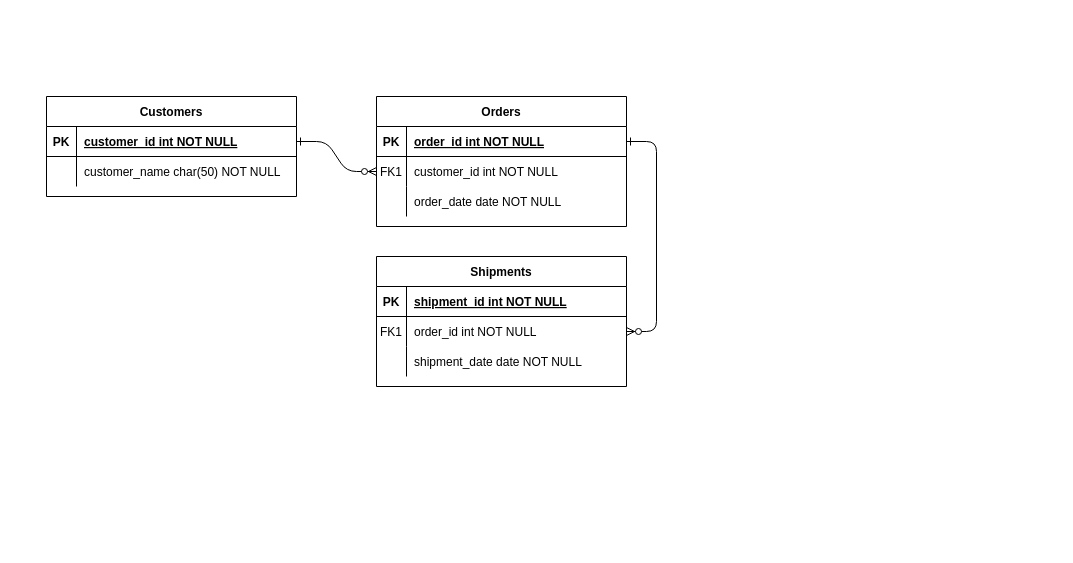
Before: Untitled Diagram.drawio in stephenka00/merge-conflicts, a draw.io diagram. Source tidied: cells renumbered, new cells numbered last; positions are measured from the earlier drawing's top-left corner, leaving out a move shared by most shapes. Both pictures are drawn from the tidied source at 100%, with x=0, y=0 at pixel (46, 96).
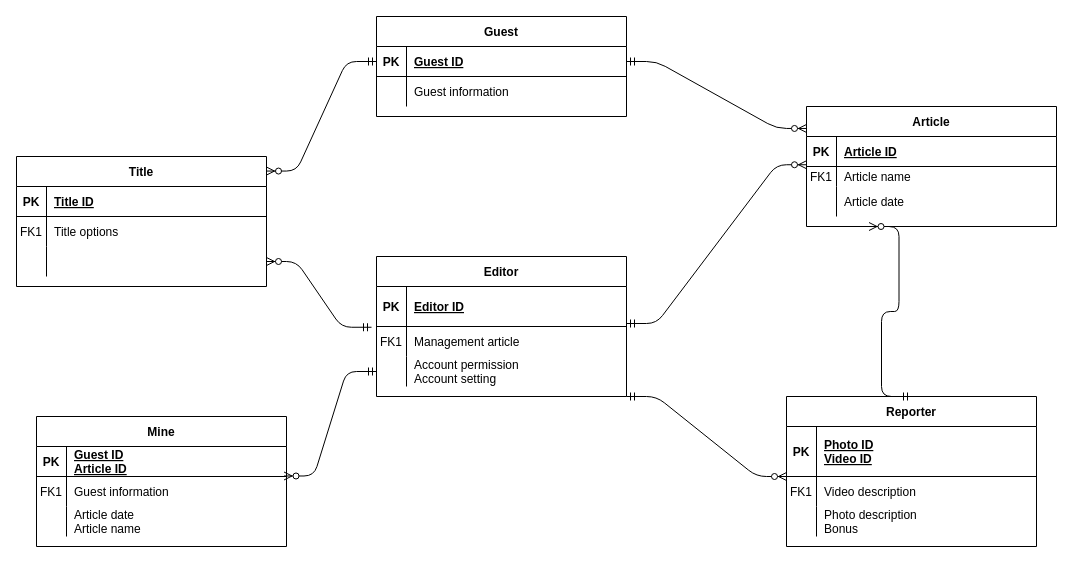
After the change.

The change refers to these unchanged cells:
```xml
<mxCell id="5" style="shape=partialRectangle;fillColor=none;points=[[0,0.5],[1,0.5]];portConstraint=eastwest;top=0;left=0;right=0;bottom=1;" parent="4" vertex="1">
  <mxGeometry y="30" width="250" height="30" as="geometry" />
</mxCell>
<mxCell id="25" style="shape=partialRectangle;fillColor=none;points=[[0,0.5],[1,0.5]];portConstraint=eastwest;top=0;left=0;right=0;bottom=1;" parent="24" vertex="1">
  <mxGeometry y="30" width="250" height="30" as="geometry" />
</mxCell>
<mxCell id="28" style="shape=partialRectangle;fillColor=none;top=0;left=0;right=0;bottom=0;" parent="24" vertex="1">
  <mxGeometry y="60" width="250" height="30" as="geometry" />
</mxCell>
```

Change to the diagram source:
```diff
@@
-    <mxCell id="2" style="edgeStyle=entityRelationEdgeStyle;endArrow=ERzeroToMany;startArrow=ERone;endFill=1;startFill=0;" parent="1" edge="1" source="25" target="8">
+    <mxCell id="2" style="edgeStyle=entityRelationEdgeStyle;endArrow=ERzeroToMany;startArrow=ERmandOne;endFill=1;startFill=0;entryX=0;entryY=0.183;entryDx=0;entryDy=0;entryPerimeter=0;" parent="1" edge="1" source="25" target="4">
       <mxGeometry relative="1" as="geometry" />
     </mxCell>
-    <mxCell id="3" style="edgeStyle=entityRelationEdgeStyle;endArrow=ERzeroToMany;startArrow=ERone;endFill=1;startFill=0;" parent="1" edge="1" source="5" target="18">
+    <mxCell id="3" style="edgeStyle=entityRelationEdgeStyle;endArrow=ERzeroToMany;startArrow=ERmandOne;endFill=1;startFill=0;entryX=0;entryY=-0.088;entryDx=0;entryDy=0;entryPerimeter=0;exitX=1;exitY=-0.1;exitDx=0;exitDy=0;exitPerimeter=0;" parent="1" edge="1" source="18" target="8">
       <mxGeometry relative="1" as="geometry" />
     </mxCell>
-    <mxCell id="4" value="Orders" style="shape=table;startSize=30;childLayout=tableLayout;rowLines=0;fontStyle=1;align=center;" parent="1" vertex="1">
-      <mxGeometry x="330" width="250" height="130" as="geometry" />
+    <mxCell id="4" value="Article" style="shape=table;startSize=30;childLayout=tableLayout;rowLines=0;fontStyle=1;align=center;" parent="1" vertex="1">
+      <mxGeometry x="760" y="10" width="250" height="120" as="geometry" />
     </mxCell>
@@
-    <mxCell id="7" value="order_id int NOT NULL " style="shape=partialRectangle;overflow=hidden;fillColor=none;top=0;left=0;bottom=0;right=0;align=left;spacingLeft=6;fontStyle=5;" parent="5" vertex="1">
+    <mxCell id="7" value="Article ID" style="shape=partialRectangle;overflow=hidden;fillColor=none;top=0;left=0;bottom=0;right=0;align=left;spacingLeft=6;fontStyle=5;" parent="5" vertex="1">
       <mxGeometry x="30" width="220" height="30" as="geometry" />
     </mxCell>
     <mxCell id="8" style="shape=partialRectangle;fillColor=none;points=[[0,0.5],[1,0.5]];portConstraint=eastwest;top=0;left=0;right=0;bottom=0;" parent="4" vertex="1">
-      <mxGeometry y="60" width="250" height="30" as="geometry" />
+      <mxGeometry y="60" width="250" height="20" as="geometry" />
     </mxCell>
     <mxCell id="9" value="FK1" style="shape=partialRectangle;overflow=hidden;fillColor=none;top=0;left=0;bottom=0;right=0;" parent="8" vertex="1">
-      <mxGeometry width="30" height="30" as="geometry" />
+      <mxGeometry width="30" height="20" as="geometry" />
     </mxCell>
-    <mxCell id="10" value="customer_id int NOT NULL" style="shape=partialRectangle;overflow=hidden;fillColor=none;top=0;left=0;bottom=0;right=0;align=left;spacingLeft=6;" parent="8" vertex="1">
-      <mxGeometry x="30" width="220" height="30" as="geometry" />
+    <mxCell id="10" value="Article name" style="shape=partialRectangle;overflow=hidden;fillColor=none;top=0;left=0;bottom=0;right=0;align=left;spacingLeft=6;" parent="8" vertex="1">
+      <mxGeometry x="30" width="220" height="20" as="geometry" />
     </mxCell>
     <mxCell id="11" style="shape=partialRectangle;fillColor=none;top=0;left=0;right=0;bottom=0;" parent="4" vertex="1">
-      <mxGeometry y="90" width="250" height="30" as="geometry" />
+      <mxGeometry y="80" width="250" height="30" as="geometry" />
     </mxCell>
@@
-    <mxCell id="13" value="order_date date NOT NULL" style="shape=partialRectangle;overflow=hidden;fillColor=none;top=0;left=0;bottom=0;right=0;align=left;spacingLeft=6;" parent="11" vertex="1">
+    <mxCell id="13" value="Article date" style="shape=partialRectangle;overflow=hidden;fillColor=none;top=0;left=0;bottom=0;right=0;align=left;spacingLeft=6;" parent="11" vertex="1">
       <mxGeometry x="30" width="220" height="30" as="geometry" />
     </mxCell>
-    <mxCell id="14" value="Shipments" style="shape=table;startSize=30;childLayout=tableLayout;rowLines=0;fontStyle=1;align=center;" parent="1" vertex="1">
-      <mxGeometry x="330" y="160" width="250" height="130" as="geometry" />
+    <mxCell id="14" value="Editor" style="shape=table;startSize=30;childLayout=tableLayout;rowLines=0;fontStyle=1;align=center;" parent="1" vertex="1">
+      <mxGeometry x="330" y="160" width="250" height="140" as="geometry" />
     </mxCell>
     <mxCell id="15" style="shape=partialRectangle;fillColor=none;points=[[0,0.5],[1,0.5]];portConstraint=eastwest;top=0;left=0;right=0;bottom=1;" parent="14" vertex="1">
-      <mxGeometry y="30" width="250" height="30" as="geometry" />
+      <mxGeometry y="30" width="250" height="40" as="geometry" />
     </mxCell>
     <mxCell id="16" value="PK" style="shape=partialRectangle;overflow=hidden;fillColor=none;top=0;left=0;bottom=0;right=0;fontStyle=1;" parent="15" vertex="1">
-      <mxGeometry width="30" height="30" as="geometry" />
+      <mxGeometry width="30" height="40" as="geometry" />
     </mxCell>
-    <mxCell id="17" value="shipment_id int NOT NULL " style="shape=partialRectangle;overflow=hidden;fillColor=none;top=0;left=0;bottom=0;right=0;align=left;spacingLeft=6;fontStyle=5;" parent="15" vertex="1">
-      <mxGeometry x="30" width="220" height="30" as="geometry" />
+    <mxCell id="17" value="Editor ID" style="shape=partialRectangle;overflow=hidden;fillColor=none;top=0;left=0;bottom=0;right=0;align=left;spacingLeft=6;fontStyle=5;" parent="15" vertex="1">
+      <mxGeometry x="30" width="220" height="40" as="geometry" />
     </mxCell>
     <mxCell id="18" style="shape=partialRectangle;fillColor=none;points=[[0,0.5],[1,0.5]];portConstraint=eastwest;top=0;left=0;right=0;bottom=0;" parent="14" vertex="1">
-      <mxGeometry y="60" width="250" height="30" as="geometry" />
+      <mxGeometry y="70" width="250" height="30" as="geometry" />
     </mxCell>
@@
-    <mxCell id="20" value="order_id int NOT NULL" style="shape=partialRectangle;overflow=hidden;fillColor=none;top=0;left=0;bottom=0;right=0;align=left;spacingLeft=6;" parent="18" vertex="1">
+    <mxCell id="20" value="Management article" style="shape=partialRectangle;overflow=hidden;fillColor=none;top=0;left=0;bottom=0;right=0;align=left;spacingLeft=6;" parent="18" vertex="1">
       <mxGeometry x="30" width="220" height="30" as="geometry" />
     </mxCell>
     <mxCell id="21" style="shape=partialRectangle;fillColor=none;points=[[0,0.5],[1,0.5]];portConstraint=eastwest;top=0;left=0;right=0;bottom=0;" parent="14" vertex="1">
-      <mxGeometry y="90" width="250" height="30" as="geometry" />
+      <mxGeometry y="100" width="250" height="30" as="geometry" />
     </mxCell>
@@
-    <mxCell id="23" value="shipment_date date NOT NULL" style="shape=partialRectangle;overflow=hidden;fillColor=none;top=0;left=0;bottom=0;right=0;align=left;spacingLeft=6;" parent="21" vertex="1">
+    <mxCell id="23" value="Account permission&#10;Account setting" style="shape=partialRectangle;overflow=hidden;fillColor=none;top=0;left=0;bottom=0;right=0;align=left;spacingLeft=6;" parent="21" vertex="1">
       <mxGeometry x="30" width="220" height="30" as="geometry" />
     </mxCell>
-    <mxCell id="24" value="Customers" style="shape=table;startSize=30;childLayout=tableLayout;rowLines=0;fontStyle=1;align=center;" parent="1" vertex="1">
-      <mxGeometry width="250" height="100" as="geometry" />
+    <mxCell id="24" value="Guest" style="shape=table;startSize=30;childLayout=tableLayout;rowLines=0;fontStyle=1;align=center;" parent="1" vertex="1">
+      <mxGeometry x="330" y="-80" width="250" height="100" as="geometry" />
     </mxCell>
@@
-    <mxCell id="27" value="customer_id int NOT NULL " style="shape=partialRectangle;overflow=hidden;fillColor=none;top=0;left=0;bottom=0;right=0;align=left;spacingLeft=6;fontStyle=5;" parent="25" vertex="1">
+    <mxCell id="27" value="Guest ID" style="shape=partialRectangle;overflow=hidden;fillColor=none;top=0;left=0;bottom=0;right=0;align=left;spacingLeft=6;fontStyle=5;" parent="25" vertex="1">
       <mxGeometry x="30" width="220" height="30" as="geometry" />
     </mxCell>
@@
-    <mxCell id="30" value="customer_name char(50) NOT NULL" style="shape=partialRectangle;overflow=hidden;fillColor=none;top=0;left=0;bottom=0;right=0;align=left;spacingLeft=6;" parent="28" vertex="1">
+    <mxCell id="30" value="Guest information" style="shape=partialRectangle;overflow=hidden;fillColor=none;top=0;left=0;bottom=0;right=0;align=left;spacingLeft=6;" parent="28" vertex="1">
       <mxGeometry x="30" width="220" height="30" as="geometry" />
     </mxCell>
+    <mxCell id="31" value="Title" style="shape=table;startSize=30;childLayout=tableLayout;rowLines=0;fontStyle=1;align=center;" parent="1" vertex="1">
+      <mxGeometry x="-30" y="60" width="250" height="130" as="geometry" />
+    </mxCell>
+    <mxCell id="32" style="shape=partialRectangle;fillColor=none;top=0;left=0;right=0;bottom=1;" parent="31" vertex="1">
+      <mxGeometry y="30" width="250" height="30" as="geometry" />
+    </mxCell>
+    <mxCell id="33" value="PK" style="shape=partialRectangle;overflow=hidden;fillColor=none;top=0;left=0;bottom=0;right=0;fontStyle=1;" parent="32" vertex="1">
+      <mxGeometry width="30" height="30" as="geometry" />
+    </mxCell>
+    <mxCell id="34" value="Title ID" style="shape=partialRectangle;overflow=hidden;fillColor=none;top=0;left=0;bottom=0;right=0;align=left;spacingLeft=6;fontStyle=5;" parent="32" vertex="1">
+      <mxGeometry x="30" width="220" height="30" as="geometry" />
+    </mxCell>
+    <mxCell id="35" style="shape=partialRectangle;fillColor=none;top=0;left=0;right=0;bottom=0;" parent="31" vertex="1">
+      <mxGeometry y="60" width="250" height="30" as="geometry" />
+    </mxCell>
+    <mxCell id="36" value="FK1" style="shape=partialRectangle;overflow=hidden;fillColor=none;top=0;left=0;bottom=0;right=0;" parent="35" vertex="1">
+      <mxGeometry width="30" height="30" as="geometry" />
+    </mxCell>
+    <mxCell id="37" value="Title options" style="shape=partialRectangle;overflow=hidden;fillColor=none;top=0;left=0;bottom=0;right=0;align=left;spacingLeft=6;" parent="35" vertex="1">
+      <mxGeometry x="30" width="220" height="30" as="geometry" />
+    </mxCell>
+    <mxCell id="38" style="shape=partialRectangle;fillColor=none;points=[[0,0.5],[1,0.5]];portConstraint=eastwest;top=0;left=0;right=0;bottom=0;" parent="31" vertex="1">
+      <mxGeometry y="90" width="250" height="30" as="geometry" />
+    </mxCell>
+    <mxCell id="39" style="shape=partialRectangle;overflow=hidden;fillColor=none;top=0;left=0;bottom=0;right=0;" parent="38" vertex="1">
+      <mxGeometry width="30" height="30" as="geometry" />
+    </mxCell>
+    <mxCell id="40" style="shape=partialRectangle;overflow=hidden;fillColor=none;top=0;left=0;bottom=0;right=0;align=left;spacingLeft=6;" parent="38" vertex="1">
+      <mxGeometry x="30" width="220" height="30" as="geometry" />
+    </mxCell>
+    <mxCell id="41" value="Reporter" style="shape=table;startSize=30;childLayout=tableLayout;rowLines=0;fontStyle=1;align=center;" parent="1" vertex="1">
+      <mxGeometry x="740" y="300" width="250" height="150" as="geometry" />
+    </mxCell>
+    <mxCell id="42" style="shape=partialRectangle;fillColor=none;top=0;left=0;right=0;bottom=1;" parent="41" vertex="1">
+      <mxGeometry y="30" width="250" height="50" as="geometry" />
+    </mxCell>
+    <mxCell id="43" value="PK" style="shape=partialRectangle;overflow=hidden;fillColor=none;top=0;left=0;bottom=0;right=0;fontStyle=1;" parent="42" vertex="1">
+      <mxGeometry width="30" height="50" as="geometry" />
+    </mxCell>
+    <mxCell id="44" value="Photo ID&#10;Video ID" style="shape=partialRectangle;overflow=hidden;fillColor=none;top=0;left=0;bottom=0;right=0;align=left;spacingLeft=6;fontStyle=5;" parent="42" vertex="1">
+      <mxGeometry x="30" width="220" height="50" as="geometry" />
+    </mxCell>
+    <mxCell id="45" style="shape=partialRectangle;fillColor=none;top=0;left=0;right=0;bottom=0;" parent="41" vertex="1">
+      <mxGeometry y="80" width="250" height="30" as="geometry" />
+    </mxCell>
+    <mxCell id="46" value="FK1" style="shape=partialRectangle;overflow=hidden;fillColor=none;top=0;left=0;bottom=0;right=0;" parent="45" vertex="1">
+      <mxGeometry width="30" height="30" as="geometry" />
+    </mxCell>
+    <mxCell id="47" value="Video description " style="shape=partialRectangle;overflow=hidden;fillColor=none;top=0;left=0;bottom=0;right=0;align=left;spacingLeft=6;" parent="45" vertex="1">
+      <mxGeometry x="30" width="220" height="30" as="geometry" />
+    </mxCell>
+    <mxCell id="48" style="shape=partialRectangle;fillColor=none;top=0;left=0;right=0;bottom=0;" parent="41" vertex="1">
+      <mxGeometry y="110" width="250" height="30" as="geometry" />
+    </mxCell>
+    <mxCell id="49" style="shape=partialRectangle;overflow=hidden;fillColor=none;top=0;left=0;bottom=0;right=0;" parent="48" vertex="1">
+      <mxGeometry width="30" height="30" as="geometry" />
+    </mxCell>
+    <mxCell id="50" value="Photo description&#10;Bonus" style="shape=partialRectangle;overflow=hidden;fillColor=none;top=0;left=0;bottom=0;right=0;align=left;spacingLeft=6;" parent="48" vertex="1">
+      <mxGeometry x="30" width="220" height="30" as="geometry" />
+    </mxCell>
+    <mxCell id="51" value="Mine" style="shape=table;startSize=30;childLayout=tableLayout;rowLines=0;fontStyle=1;align=center;" parent="1" vertex="1">
+      <mxGeometry x="-10" y="320" width="250" height="130" as="geometry" />
+    </mxCell>
+    <mxCell id="52" style="shape=partialRectangle;fillColor=none;top=0;left=0;right=0;bottom=1;" parent="51" vertex="1">
+      <mxGeometry y="30" width="250" height="30" as="geometry" />
+    </mxCell>
+    <mxCell id="53" value="PK" style="shape=partialRectangle;overflow=hidden;fillColor=none;top=0;left=0;bottom=0;right=0;fontStyle=1;" parent="52" vertex="1">
+      <mxGeometry width="30" height="30" as="geometry" />
+    </mxCell>
+    <mxCell id="54" value="Guest ID&#10;Article ID" style="shape=partialRectangle;overflow=hidden;fillColor=none;top=0;left=0;bottom=0;right=0;align=left;spacingLeft=6;fontStyle=5;" parent="52" vertex="1">
+      <mxGeometry x="30" width="220" height="30" as="geometry" />
+    </mxCell>
+    <mxCell id="55" style="shape=partialRectangle;fillColor=none;points=[[0,0.5],[1,0.5]];portConstraint=eastwest;top=0;left=0;right=0;bottom=0;" parent="51" vertex="1">
+      <mxGeometry y="60" width="250" height="30" as="geometry" />
+    </mxCell>
+    <mxCell id="56" value="FK1" style="shape=partialRectangle;overflow=hidden;fillColor=none;top=0;left=0;bottom=0;right=0;" parent="55" vertex="1">
+      <mxGeometry width="30" height="30" as="geometry" />
+    </mxCell>
+    <mxCell id="57" value="Guest information" style="shape=partialRectangle;overflow=hidden;fillColor=none;top=0;left=0;bottom=0;right=0;align=left;spacingLeft=6;" parent="55" vertex="1">
+      <mxGeometry x="30" width="220" height="30" as="geometry" />
+    </mxCell>
+    <mxCell id="58" style="shape=partialRectangle;fillColor=none;top=0;left=0;right=0;bottom=0;" parent="51" vertex="1">
+      <mxGeometry y="90" width="250" height="30" as="geometry" />
+    </mxCell>
+    <mxCell id="59" style="shape=partialRectangle;overflow=hidden;fillColor=none;top=0;left=0;bottom=0;right=0;" parent="58" vertex="1">
+      <mxGeometry width="30" height="30" as="geometry" />
+    </mxCell>
+    <mxCell id="60" value="Article date&#10;Article name" style="shape=partialRectangle;overflow=hidden;fillColor=none;top=0;left=0;bottom=0;right=0;align=left;spacingLeft=6;" parent="58" vertex="1">
+      <mxGeometry x="30" width="220" height="30" as="geometry" />
+    </mxCell>
+    <mxCell id="61" style="edgeStyle=entityRelationEdgeStyle;endArrow=ERzeroToMany;startArrow=ERmandOne;endFill=1;startFill=0;entryX=0;entryY=-0.088;entryDx=0;entryDy=0;entryPerimeter=0;exitX=1;exitY=1;exitDx=0;exitDy=0;" parent="1" edge="1" source="14">
+      <mxGeometry relative="1" as="geometry">
+        <mxPoint x="740" y="380" as="targetPoint" />
+      </mxGeometry>
+    </mxCell>
+    <mxCell id="62" style="edgeStyle=entityRelationEdgeStyle;endArrow=ERzeroToMany;startArrow=ERmandOne;endFill=1;startFill=0;entryX=1;entryY=0.112;entryDx=0;entryDy=0;exitX=0;exitY=0.5;exitDx=0;exitDy=0;entryPerimeter=0;" parent="1" edge="1" source="25" target="31">
+      <mxGeometry relative="1" as="geometry" />
+    </mxCell>
+    <mxCell id="63" style="edgeStyle=entityRelationEdgeStyle;endArrow=ERzeroToMany;startArrow=ERmandOne;endFill=1;startFill=0;exitX=0.5;exitY=0;exitDx=0;exitDy=0;entryX=0.25;entryY=1;entryDx=0;entryDy=0;" parent="1" edge="1" source="41" target="4">
+      <mxGeometry relative="1" as="geometry" />
+    </mxCell>
+    <mxCell id="64" style="edgeStyle=entityRelationEdgeStyle;endArrow=ERzeroToMany;startArrow=ERmandOne;endFill=1;startFill=0;entryX=0.99;entryY=-0.017;entryDx=0;entryDy=0;entryPerimeter=0;exitX=0;exitY=0.5;exitDx=0;exitDy=0;" parent="1" edge="1" source="21" target="55">
+      <mxGeometry relative="1" as="geometry" />
+    </mxCell>
+    <mxCell id="65" style="edgeStyle=entityRelationEdgeStyle;endArrow=ERzeroToMany;startArrow=ERmandOne;endFill=1;startFill=0;entryX=1;entryY=0.5;entryDx=0;entryDy=0;exitX=-0.02;exitY=1.019;exitDx=0;exitDy=0;exitPerimeter=0;" parent="1" edge="1" source="15" target="38">
+      <mxGeometry relative="1" as="geometry" />
+    </mxCell>
```
